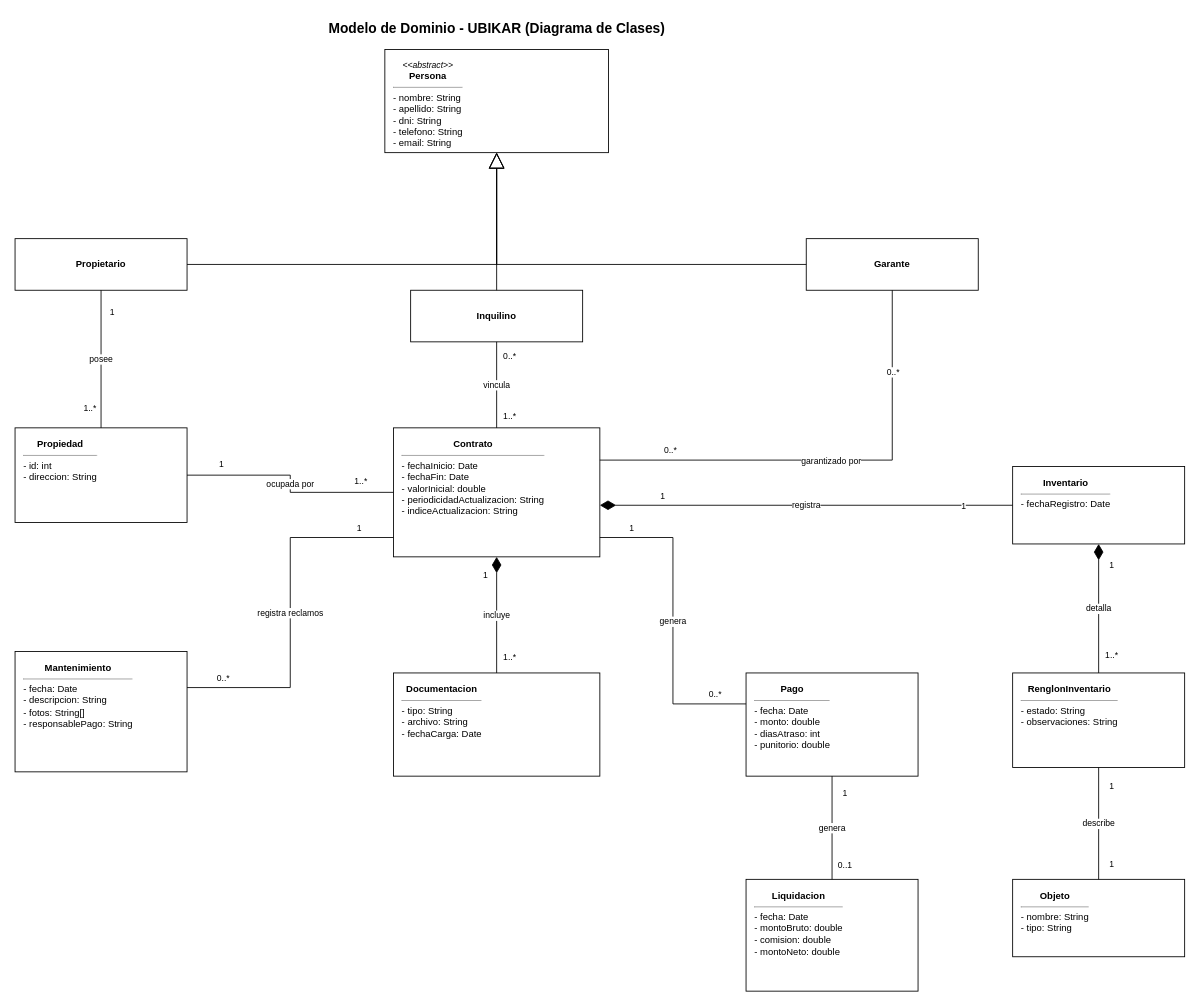
This is ModeloDominio_UBIKAR.drawio from JoaquinSormani/ubikar-alquileres, a draw.io file, before an edit. Source tidied: cells renumbered, new cells numbered last; positions are measured from the earlier drawing's top-left corner, leaving out a move shared by most shapes. Both pictures are drawn from the tidied source at 86%, with x=0, y=0 at pixel (15, 15).
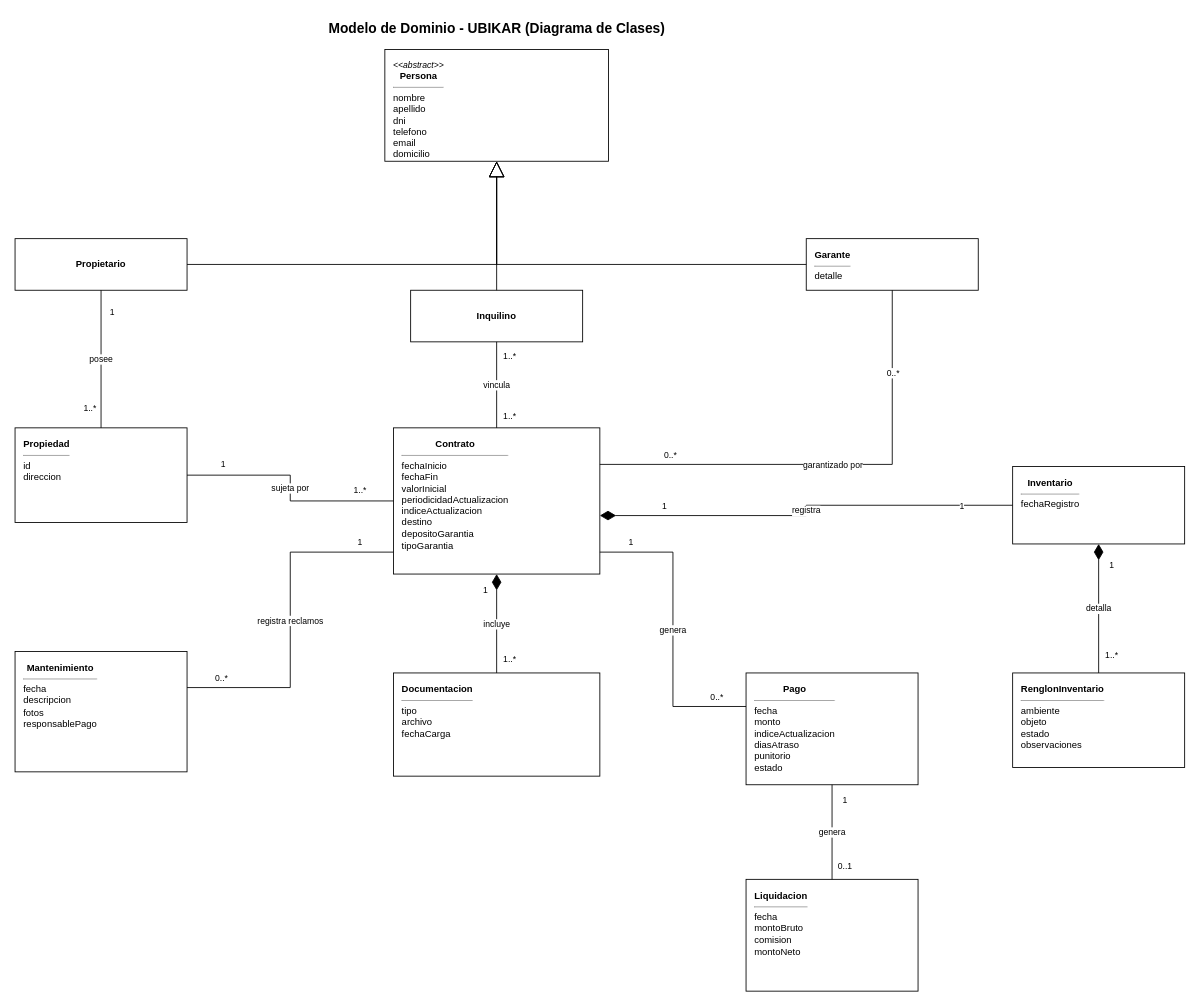
The same page after the edit.

Commit message:
Actualizar Modelo de Dominio: domicilio, detalle de garante y campos de contrato

Persona suma domicilio, Garante suma detalle, Contrato suma indiceActualizacion,
destino, depositoGarantia y tipoGarantia. RenglonInventario suma ambiente y objeto,
y la clase Objeto se elimina (su dato pasa a RenglonInventario). Coincide con el
codigo y con el diagrama de diseno de Registrar Contrato.

Unchanged cells that the change refers to:
```xml
<mxCell id="25" value="vincula" style="endArrow=none;startArrow=none;html=1;edgeStyle=orthogonalEdgeStyle;rounded=0;strokeColor=#000000;fontSize=10;labelBackgroundColor=#ffffff;" parent="1" edge="1" source="8" target="5">
  <mxGeometry relative="1" as="geometry" />
</mxCell>
```

The edit, as a diff of the source:
```diff
@@
-    <mxCell id="3" value="&lt;div style=&quot;text-align:center;font-style:italic;font-size:10px;&quot;&gt;&amp;lt;&amp;lt;abstract&amp;gt;&amp;gt;&lt;/div&gt;&lt;div style=&quot;text-align:center;&quot;&gt;&lt;b&gt;Persona&lt;/b&gt;&lt;/div&gt;&lt;hr size=&quot;1&quot;/&gt;- nombre: String&lt;br/&gt;- apellido: String&lt;br/&gt;- dni: String&lt;br/&gt;- telefono: String&lt;br/&gt;- email: String" style="rounded=0;whiteSpace=wrap;html=1;verticalAlign=top;align=left;spacingLeft=8;spacingTop=6;spacingRight=8;fontSize=11;fillColor=#ffffff;strokeColor=#000000;fontColor=#000000;" parent="1" vertex="1">
-      <mxGeometry x="430" y="40" width="260" height="120" as="geometry" />
+    <mxCell id="3" value="&lt;div style=&quot;text-align:center;font-style:italic;font-size:10px;&quot;&gt;&amp;lt;&amp;lt;abstract&amp;gt;&amp;gt;&lt;/div&gt;&lt;div style=&quot;text-align:center;&quot;&gt;&lt;b&gt;Persona&lt;/b&gt;&lt;/div&gt;&lt;hr size=&quot;1&quot;/&gt;nombre&lt;br/&gt;apellido&lt;br/&gt;dni&lt;br/&gt;telefono&lt;br/&gt;email&lt;br/&gt;domicilio" style="rounded=0;whiteSpace=wrap;html=1;verticalAlign=top;align=left;spacingLeft=8;spacingTop=6;spacingRight=8;fontSize=11;fillColor=#ffffff;strokeColor=#000000;fontColor=#000000;" parent="1" vertex="1">
+      <mxGeometry x="430" y="40" width="260" height="130" as="geometry" />
     </mxCell>
@@
-    <mxCell id="6" value="&lt;div style=&quot;text-align:center;&quot;&gt;&lt;b&gt;Garante&lt;/b&gt;&lt;/div&gt;" style="rounded=0;whiteSpace=wrap;html=1;verticalAlign=middle;align=center;fontSize=11;fillColor=#ffffff;strokeColor=#000000;fontColor=#000000;" parent="1" vertex="1">
+    <mxCell id="6" value="&lt;div style=&quot;text-align:center;&quot;&gt;&lt;b&gt;Garante&lt;/b&gt;&lt;/div&gt;&lt;hr size=&quot;1&quot;/&gt;detalle" style="rounded=0;whiteSpace=wrap;html=1;verticalAlign=top;align=left;spacingLeft=8;spacingTop=6;spacingRight=8;fontSize=11;fillColor=#ffffff;strokeColor=#000000;fontColor=#000000;" parent="1" vertex="1">
       <mxGeometry x="920" y="260" width="200" height="60" as="geometry" />
     </mxCell>
-    <mxCell id="7" value="&lt;div style=&quot;text-align:center;&quot;&gt;&lt;b&gt;Propiedad&lt;/b&gt;&lt;/div&gt;&lt;hr size=&quot;1&quot;/&gt;- id: int&lt;br/&gt;- direccion: String" style="rounded=0;whiteSpace=wrap;html=1;verticalAlign=top;align=left;spacingLeft=8;spacingTop=6;spacingRight=8;fontSize=11;fillColor=#ffffff;strokeColor=#000000;fontColor=#000000;" parent="1" vertex="1">
+    <mxCell id="7" value="&lt;div style=&quot;text-align:center;&quot;&gt;&lt;b&gt;Propiedad&lt;/b&gt;&lt;/div&gt;&lt;hr size=&quot;1&quot;/&gt;id&lt;br/&gt;direccion" style="rounded=0;whiteSpace=wrap;html=1;verticalAlign=top;align=left;spacingLeft=8;spacingTop=6;spacingRight=8;fontSize=11;fillColor=#ffffff;strokeColor=#000000;fontColor=#000000;" parent="1" vertex="1">
       <mxGeometry y="480" width="200" height="110" as="geometry" />
     </mxCell>
-    <mxCell id="8" value="&lt;div style=&quot;text-align:center;&quot;&gt;&lt;b&gt;Contrato&lt;/b&gt;&lt;/div&gt;&lt;hr size=&quot;1&quot;/&gt;- fechaInicio: Date&lt;br/&gt;- fechaFin: Date&lt;br/&gt;- valorInicial: double&lt;br/&gt;- periodicidadActualizacion: String&lt;br/&gt;- indiceActualizacion: String" style="rounded=0;whiteSpace=wrap;html=1;verticalAlign=top;align=left;spacingLeft=8;spacingTop=6;spacingRight=8;fontSize=11;fillColor=#ffffff;strokeColor=#000000;fontColor=#000000;" parent="1" vertex="1">
-      <mxGeometry x="440" y="480" width="240" height="150" as="geometry" />
+    <mxCell id="8" value="&lt;div style=&quot;text-align:center;&quot;&gt;&lt;b&gt;Contrato&lt;/b&gt;&lt;/div&gt;&lt;hr size=&quot;1&quot;/&gt;fechaInicio&lt;br/&gt;fechaFin&lt;br/&gt;valorInicial&lt;br/&gt;periodicidadActualizacion&lt;br/&gt;indiceActualizacion&lt;br/&gt;destino&lt;br/&gt;depositoGarantia&lt;br/&gt;tipoGarantia" style="rounded=0;whiteSpace=wrap;html=1;verticalAlign=top;align=left;spacingLeft=8;spacingTop=6;spacingRight=8;fontSize=11;fillColor=#ffffff;strokeColor=#000000;fontColor=#000000;" parent="1" vertex="1">
+      <mxGeometry x="440" y="480" width="240" height="170" as="geometry" />
     </mxCell>
-    <mxCell id="9" value="&lt;div style=&quot;text-align:center;&quot;&gt;&lt;b&gt;Mantenimiento&lt;/b&gt;&lt;/div&gt;&lt;hr size=&quot;1&quot;/&gt;- fecha: Date&lt;br/&gt;- descripcion: String&lt;br/&gt;- fotos: String[]&lt;br/&gt;- responsablePago: String" style="rounded=0;whiteSpace=wrap;html=1;verticalAlign=top;align=left;spacingLeft=8;spacingTop=6;spacingRight=8;fontSize=11;fillColor=#ffffff;strokeColor=#000000;fontColor=#000000;" parent="1" vertex="1">
+    <mxCell id="9" value="&lt;div style=&quot;text-align:center;&quot;&gt;&lt;b&gt;Mantenimiento&lt;/b&gt;&lt;/div&gt;&lt;hr size=&quot;1&quot;/&gt;fecha&lt;br/&gt;descripcion&lt;br/&gt;fotos&lt;br/&gt;responsablePago" style="rounded=0;whiteSpace=wrap;html=1;verticalAlign=top;align=left;spacingLeft=8;spacingTop=6;spacingRight=8;fontSize=11;fillColor=#ffffff;strokeColor=#000000;fontColor=#000000;" parent="1" vertex="1">
       <mxGeometry y="740" width="200" height="140" as="geometry" />
     </mxCell>
-    <mxCell id="10" value="&lt;div style=&quot;text-align:center;&quot;&gt;&lt;b&gt;Documentacion&lt;/b&gt;&lt;/div&gt;&lt;hr size=&quot;1&quot;/&gt;- tipo: String&lt;br/&gt;- archivo: String&lt;br/&gt;- fechaCarga: Date" style="rounded=0;whiteSpace=wrap;html=1;verticalAlign=top;align=left;spacingLeft=8;spacingTop=6;spacingRight=8;fontSize=11;fillColor=#ffffff;strokeColor=#000000;fontColor=#000000;" parent="1" vertex="1">
+    <mxCell id="10" value="&lt;div style=&quot;text-align:center;&quot;&gt;&lt;b&gt;Documentacion&lt;/b&gt;&lt;/div&gt;&lt;hr size=&quot;1&quot;/&gt;tipo&lt;br/&gt;archivo&lt;br/&gt;fechaCarga" style="rounded=0;whiteSpace=wrap;html=1;verticalAlign=top;align=left;spacingLeft=8;spacingTop=6;spacingRight=8;fontSize=11;fillColor=#ffffff;strokeColor=#000000;fontColor=#000000;" parent="1" vertex="1">
       <mxGeometry x="440" y="765" width="240" height="120" as="geometry" />
     </mxCell>
-    <mxCell id="11" value="&lt;div style=&quot;text-align:center;&quot;&gt;&lt;b&gt;Inventario&lt;/b&gt;&lt;/div&gt;&lt;hr size=&quot;1&quot;/&gt;- fechaRegistro: Date" style="rounded=0;whiteSpace=wrap;html=1;verticalAlign=top;align=left;spacingLeft=8;spacingTop=6;spacingRight=8;fontSize=11;fillColor=#ffffff;strokeColor=#000000;fontColor=#000000;" parent="1" vertex="1">
+    <mxCell id="11" value="&lt;div style=&quot;text-align:center;&quot;&gt;&lt;b&gt;Inventario&lt;/b&gt;&lt;/div&gt;&lt;hr size=&quot;1&quot;/&gt;fechaRegistro" style="rounded=0;whiteSpace=wrap;html=1;verticalAlign=top;align=left;spacingLeft=8;spacingTop=6;spacingRight=8;fontSize=11;fillColor=#ffffff;strokeColor=#000000;fontColor=#000000;" parent="1" vertex="1">
       <mxGeometry x="1160" y="525" width="200" height="90" as="geometry" />
     </mxCell>
-    <mxCell id="12" value="&lt;div style=&quot;text-align:center;&quot;&gt;&lt;b&gt;Pago&lt;/b&gt;&lt;/div&gt;&lt;hr size=&quot;1&quot;/&gt;- fecha: Date&lt;br/&gt;- monto: double&lt;br/&gt;- diasAtraso: int&lt;br/&gt;- punitorio: double" style="rounded=0;whiteSpace=wrap;html=1;verticalAlign=top;align=left;spacingLeft=8;spacingTop=6;spacingRight=8;fontSize=11;fillColor=#ffffff;strokeColor=#000000;fontColor=#000000;" parent="1" vertex="1">
-      <mxGeometry x="850" y="765" width="200" height="120" as="geometry" />
+    <mxCell id="12" value="&lt;div style=&quot;text-align:center;&quot;&gt;&lt;b&gt;Pago&lt;/b&gt;&lt;/div&gt;&lt;hr size=&quot;1&quot;/&gt;fecha&lt;br/&gt;monto&lt;br/&gt;indiceActualizacion&lt;br/&gt;diasAtraso&lt;br/&gt;punitorio&lt;br/&gt;estado" style="rounded=0;whiteSpace=wrap;html=1;verticalAlign=top;align=left;spacingLeft=8;spacingTop=6;spacingRight=8;fontSize=11;fillColor=#ffffff;strokeColor=#000000;fontColor=#000000;" parent="1" vertex="1">
+      <mxGeometry x="850" y="765" width="200" height="130" as="geometry" />
     </mxCell>
-    <mxCell id="13" value="&lt;div style=&quot;text-align:center;&quot;&gt;&lt;b&gt;RenglonInventario&lt;/b&gt;&lt;/div&gt;&lt;hr size=&quot;1&quot;/&gt;- estado: String&lt;br/&gt;- observaciones: String" style="rounded=0;whiteSpace=wrap;html=1;verticalAlign=top;align=left;spacingLeft=8;spacingTop=6;spacingRight=8;fontSize=11;fillColor=#ffffff;strokeColor=#000000;fontColor=#000000;" parent="1" vertex="1">
+    <mxCell id="13" value="&lt;div style=&quot;text-align:center;&quot;&gt;&lt;b&gt;RenglonInventario&lt;/b&gt;&lt;/div&gt;&lt;hr size=&quot;1&quot;/&gt;ambiente&lt;br/&gt;objeto&lt;br/&gt;estado&lt;br/&gt;observaciones" style="rounded=0;whiteSpace=wrap;html=1;verticalAlign=top;align=left;spacingLeft=8;spacingTop=6;spacingRight=8;fontSize=11;fillColor=#ffffff;strokeColor=#000000;fontColor=#000000;" parent="1" vertex="1">
       <mxGeometry x="1160" y="765" width="200" height="110" as="geometry" />
     </mxCell>
-    <mxCell id="14" value="&lt;div style=&quot;text-align:center;&quot;&gt;&lt;b&gt;Liquidacion&lt;/b&gt;&lt;/div&gt;&lt;hr size=&quot;1&quot;/&gt;- fecha: Date&lt;br/&gt;- montoBruto: double&lt;br/&gt;- comision: double&lt;br/&gt;- montoNeto: double" style="rounded=0;whiteSpace=wrap;html=1;verticalAlign=top;align=left;spacingLeft=8;spacingTop=6;spacingRight=8;fontSize=11;fillColor=#ffffff;strokeColor=#000000;fontColor=#000000;" parent="1" vertex="1">
+    <mxCell id="14" value="&lt;div style=&quot;text-align:center;&quot;&gt;&lt;b&gt;Liquidacion&lt;/b&gt;&lt;/div&gt;&lt;hr size=&quot;1&quot;/&gt;fecha&lt;br/&gt;montoBruto&lt;br/&gt;comision&lt;br/&gt;montoNeto" style="rounded=0;whiteSpace=wrap;html=1;verticalAlign=top;align=left;spacingLeft=8;spacingTop=6;spacingRight=8;fontSize=11;fillColor=#ffffff;strokeColor=#000000;fontColor=#000000;" parent="1" vertex="1">
       <mxGeometry x="850" y="1005" width="200" height="130" as="geometry" />
     </mxCell>
-    <mxCell id="15" value="&lt;div style=&quot;text-align:center;&quot;&gt;&lt;b&gt;Objeto&lt;/b&gt;&lt;/div&gt;&lt;hr size=&quot;1&quot;/&gt;- nombre: String&lt;br/&gt;- tipo: String" style="rounded=0;whiteSpace=wrap;html=1;verticalAlign=top;align=left;spacingLeft=8;spacingTop=6;spacingRight=8;fontSize=11;fillColor=#ffffff;strokeColor=#000000;fontColor=#000000;" parent="1" vertex="1">
-      <mxGeometry x="1160" y="1005" width="200" height="90" as="geometry" />
-    </mxCell>
@@
-    <mxCell id="22" value="ocupada por" style="endArrow=none;startArrow=none;html=1;edgeStyle=orthogonalEdgeStyle;rounded=0;strokeColor=#000000;fontSize=10;labelBackgroundColor=#ffffff;" parent="1" edge="1" source="7" target="8">
+    <mxCell id="22" value="sujeta por" style="endArrow=none;startArrow=none;html=1;edgeStyle=orthogonalEdgeStyle;rounded=0;strokeColor=#000000;fontSize=10;labelBackgroundColor=#ffffff;" parent="1" edge="1" source="7" target="8">
       <mxGeometry relative="1" as="geometry" />
     </mxCell>
@@
-    <mxCell id="27" value="0..*" style="edgeLabel;html=1;align=center;verticalAlign=middle;fontSize=10;labelBackgroundColor=#ffffff;" parent="25" vertex="1">
+    <mxCell id="27" value="1..*" style="edgeLabel;html=1;align=center;verticalAlign=middle;fontSize=10;labelBackgroundColor=#ffffff;" parent="25" vertex="1">
       <mxGeometry x="0.7" relative="1" as="geometry">
         <mxPoint x="14" as="offset" />
       </mxGeometry>
     </mxCell>
@@
-    <mxCell id="37" value="describe" style="endArrow=none;startArrow=none;html=1;edgeStyle=orthogonalEdgeStyle;rounded=0;strokeColor=#000000;fontSize=10;labelBackgroundColor=#ffffff;" parent="1" edge="1" source="13" target="15">
-      <mxGeometry relative="1" as="geometry" />
-    </mxCell>
-    <mxCell id="38" value="1" style="edgeLabel;html=1;align=center;verticalAlign=middle;fontSize=10;labelBackgroundColor=#ffffff;" parent="37" vertex="1">
-      <mxGeometry x="-0.7" relative="1" as="geometry">
-        <mxPoint x="14" as="offset" />
-      </mxGeometry>
-    </mxCell>
-    <mxCell id="39" value="1" style="edgeLabel;html=1;align=center;verticalAlign=middle;fontSize=10;labelBackgroundColor=#ffffff;" parent="37" vertex="1">
-      <mxGeometry x="0.7" relative="1" as="geometry">
-        <mxPoint x="14" as="offset" />
-      </mxGeometry>
-    </mxCell>
```
